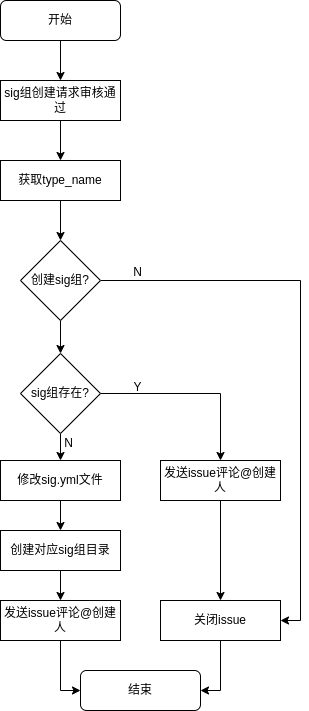
Earlier version of the draw.io export 修改yml文件.png (weijiang1994/draw-io). Source tidied: cells renumbered, new cells last; positions are measured from the earlier drawing's top-left corner, leaving out a move shared by most shapes. The source it was exported from:
```xml
<mxGraphModel>
  <root>
    <mxCell id="0" />
    <mxCell id="1" parent="0" />
    <mxCell id="2" style="edgeStyle=orthogonalEdgeStyle;rounded=0;jettySize=auto;html=1;exitX=0.5;exitY=1;exitDx=0;exitDy=0;entryX=0.5;entryY=0;entryDx=0;entryDy=0;" parent="1" edge="1" source="3" target="5">
      <mxGeometry relative="1" as="geometry" />
    </mxCell>
    <mxCell id="3" value="开始" style="rounded=1;whiteSpace=wrap;html=1;" parent="1" vertex="1">
      <mxGeometry width="120" height="40" as="geometry" />
    </mxCell>
    <mxCell id="4" style="edgeStyle=orthogonalEdgeStyle;rounded=0;jettySize=auto;html=1;exitX=0.5;exitY=1;exitDx=0;exitDy=0;entryX=0.5;entryY=0;entryDx=0;entryDy=0;" parent="1" edge="1" source="5" target="7">
      <mxGeometry relative="1" as="geometry" />
    </mxCell>
    <mxCell id="5" value="sig组创建请求审核通过" style="rounded=0;whiteSpace=wrap;html=1;" parent="1" vertex="1">
      <mxGeometry y="80" width="120" height="40" as="geometry" />
    </mxCell>
    <mxCell id="6" style="edgeStyle=orthogonalEdgeStyle;rounded=0;jettySize=auto;html=1;exitX=0.5;exitY=1;exitDx=0;exitDy=0;entryX=0.5;entryY=0;entryDx=0;entryDy=0;" parent="1" edge="1" source="7" target="10">
      <mxGeometry relative="1" as="geometry" />
    </mxCell>
    <mxCell id="7" value="获取type_name" style="rounded=0;whiteSpace=wrap;html=1;" parent="1" vertex="1">
      <mxGeometry y="160" width="120" height="40" as="geometry" />
    </mxCell>
    <mxCell id="8" style="edgeStyle=orthogonalEdgeStyle;rounded=0;jettySize=auto;html=1;exitX=0.5;exitY=1;exitDx=0;exitDy=0;" parent="1" edge="1" source="10" target="13">
      <mxGeometry relative="1" as="geometry" />
    </mxCell>
    <mxCell id="9" style="edgeStyle=orthogonalEdgeStyle;rounded=0;jettySize=auto;html=1;exitX=1;exitY=0.5;exitDx=0;exitDy=0;entryX=1;entryY=0.5;entryDx=0;entryDy=0;" parent="1" edge="1" source="10" target="23">
      <mxGeometry relative="1" as="geometry" />
    </mxCell>
    <mxCell id="10" value="创建sig组?" style="rhombus;whiteSpace=wrap;html=1;" parent="1" vertex="1">
      <mxGeometry x="20" y="240" width="80" height="80" as="geometry" />
    </mxCell>
    <mxCell id="11" style="edgeStyle=orthogonalEdgeStyle;rounded=0;jettySize=auto;html=1;exitX=0.5;exitY=1;exitDx=0;exitDy=0;" parent="1" edge="1" source="13" target="15">
      <mxGeometry relative="1" as="geometry" />
    </mxCell>
    <mxCell id="12" style="edgeStyle=orthogonalEdgeStyle;rounded=0;jettySize=auto;html=1;exitX=1;exitY=0.5;exitDx=0;exitDy=0;" parent="1" edge="1" source="13" target="17">
      <mxGeometry relative="1" as="geometry" />
    </mxCell>
    <mxCell id="13" value="sig组存在?" style="rhombus;whiteSpace=wrap;html=1;" parent="1" vertex="1">
      <mxGeometry x="20" y="353" width="80" height="80" as="geometry" />
    </mxCell>
    <mxCell id="14" style="edgeStyle=orthogonalEdgeStyle;rounded=0;jettySize=auto;html=1;exitX=0.5;exitY=1;exitDx=0;exitDy=0;entryX=0.5;entryY=0;entryDx=0;entryDy=0;" parent="1" edge="1" source="15" target="19">
      <mxGeometry relative="1" as="geometry" />
    </mxCell>
    <mxCell id="15" value="修改sig.yml文件" style="rounded=0;whiteSpace=wrap;html=1;" parent="1" vertex="1">
      <mxGeometry y="460" width="120" height="40" as="geometry" />
    </mxCell>
    <mxCell id="16" style="edgeStyle=orthogonalEdgeStyle;rounded=0;jettySize=auto;html=1;exitX=0.5;exitY=1;exitDx=0;exitDy=0;entryX=0.5;entryY=0;entryDx=0;entryDy=0;" parent="1" edge="1" source="17" target="23">
      <mxGeometry relative="1" as="geometry" />
    </mxCell>
    <mxCell id="17" value="发送issue评论@创建人" style="rounded=0;whiteSpace=wrap;html=1;" parent="1" vertex="1">
      <mxGeometry x="160" y="460" width="120" height="40" as="geometry" />
    </mxCell>
    <mxCell id="18" style="edgeStyle=orthogonalEdgeStyle;rounded=0;jettySize=auto;html=1;exitX=0.5;exitY=1;exitDx=0;exitDy=0;entryX=0.5;entryY=0;entryDx=0;entryDy=0;" parent="1" edge="1" source="19" target="21">
      <mxGeometry relative="1" as="geometry" />
    </mxCell>
    <mxCell id="19" value="创建对应sig组目录" style="rounded=0;whiteSpace=wrap;html=1;" parent="1" vertex="1">
      <mxGeometry y="530" width="120" height="40" as="geometry" />
    </mxCell>
    <mxCell id="20" style="edgeStyle=orthogonalEdgeStyle;rounded=0;jettySize=auto;html=1;exitX=0.5;exitY=1;exitDx=0;exitDy=0;entryX=0;entryY=0.5;entryDx=0;entryDy=0;" parent="1" edge="1" source="21" target="24">
      <mxGeometry relative="1" as="geometry" />
    </mxCell>
    <mxCell id="21" value="发送issue评论@创建人" style="rounded=0;whiteSpace=wrap;html=1;" parent="1" vertex="1">
      <mxGeometry y="600" width="120" height="40" as="geometry" />
    </mxCell>
    <mxCell id="22" style="edgeStyle=orthogonalEdgeStyle;rounded=0;jettySize=auto;html=1;exitX=0.5;exitY=1;exitDx=0;exitDy=0;entryX=1;entryY=0.5;entryDx=0;entryDy=0;" parent="1" edge="1" source="23" target="24">
      <mxGeometry relative="1" as="geometry" />
    </mxCell>
    <mxCell id="23" value="关闭issue" style="rounded=0;whiteSpace=wrap;html=1;" parent="1" vertex="1">
      <mxGeometry x="160" y="600" width="120" height="40" as="geometry" />
    </mxCell>
    <mxCell id="24" value="结束" style="rounded=1;whiteSpace=wrap;html=1;" parent="1" vertex="1">
      <mxGeometry x="80" y="670" width="120" height="40" as="geometry" />
    </mxCell>
    <mxCell id="25" value="N" style="text;html=1;align=center;verticalAlign=middle;strokeColor=none;fillColor=none;" parent="1" vertex="1">
      <mxGeometry x="127" y="262" width="20" height="20" as="geometry" />
    </mxCell>
    <mxCell id="26" value="Y" style="text;html=1;align=center;verticalAlign=middle;strokeColor=none;fillColor=none;" parent="1" vertex="1">
      <mxGeometry x="127" y="377" width="20" height="20" as="geometry" />
    </mxCell>
    <mxCell id="27" value="N" style="text;html=1;align=center;verticalAlign=middle;strokeColor=none;fillColor=none;" parent="1" vertex="1">
      <mxGeometry x="58" y="433" width="20" height="20" as="geometry" />
    </mxCell>
  </root>
</mxGraphModel>
```
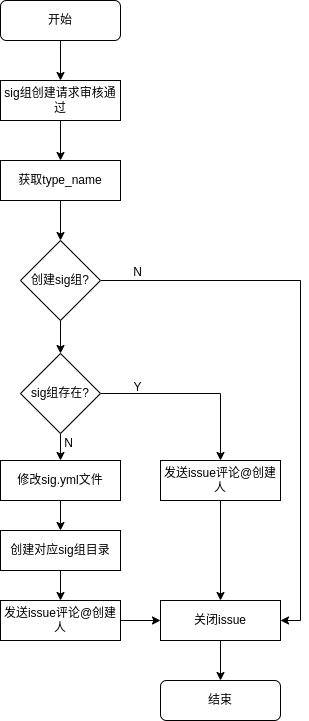
The same file after the commit.

Commit message:
更新修改yml文件.png

Change to the diagram source:
```diff
@@ -56,20 +56,20 @@
     <mxCell id="19" value="创建对应sig组目录" style="rounded=0;whiteSpace=wrap;html=1;" parent="1" vertex="1">
       <mxGeometry y="530" width="120" height="40" as="geometry" />
     </mxCell>
-    <mxCell id="20" style="edgeStyle=orthogonalEdgeStyle;rounded=0;jettySize=auto;html=1;exitX=0.5;exitY=1;exitDx=0;exitDy=0;entryX=0;entryY=0.5;entryDx=0;entryDy=0;" parent="1" edge="1" source="21" target="24">
-      <mxGeometry relative="1" as="geometry" />
-    </mxCell>
+    <mxCell id="28" style="edgeStyle=orthogonalEdgeStyle;rounded=0;jettySize=auto;html=1;exitX=1;exitY=0.5;exitDx=0;exitDy=0;entryX=0;entryY=0.5;entryDx=0;entryDy=0;" parent="1" edge="1" source="21" target="23">
+      <mxGeometry relative="1" as="geometry" />
+    </mxCell>
     <mxCell id="21" value="发送issue评论@创建人" style="rounded=0;whiteSpace=wrap;html=1;" parent="1" vertex="1">
       <mxGeometry y="600" width="120" height="40" as="geometry" />
     </mxCell>
-    <mxCell id="22" style="edgeStyle=orthogonalEdgeStyle;rounded=0;jettySize=auto;html=1;exitX=0.5;exitY=1;exitDx=0;exitDy=0;entryX=1;entryY=0.5;entryDx=0;entryDy=0;" parent="1" edge="1" source="23" target="24">
+    <mxCell id="22" style="edgeStyle=orthogonalEdgeStyle;rounded=0;jettySize=auto;html=1;exitX=0.5;exitY=1;exitDx=0;exitDy=0;entryX=0.5;entryY=0;entryDx=0;entryDy=0;" parent="1" edge="1" source="23" target="24">
       <mxGeometry relative="1" as="geometry" />
     </mxCell>
     <mxCell id="23" value="关闭issue" style="rounded=0;whiteSpace=wrap;html=1;" parent="1" vertex="1">
       <mxGeometry x="160" y="600" width="120" height="40" as="geometry" />
     </mxCell>
     <mxCell id="24" value="结束" style="rounded=1;whiteSpace=wrap;html=1;" parent="1" vertex="1">
-      <mxGeometry x="80" y="670" width="120" height="40" as="geometry" />
+      <mxGeometry x="160" y="680" width="120" height="40" as="geometry" />
     </mxCell>
     <mxCell id="25" value="N" style="text;html=1;align=center;verticalAlign=middle;strokeColor=none;fillColor=none;" parent="1" vertex="1">
       <mxGeometry x="127" y="262" width="20" height="20" as="geometry" />
```
